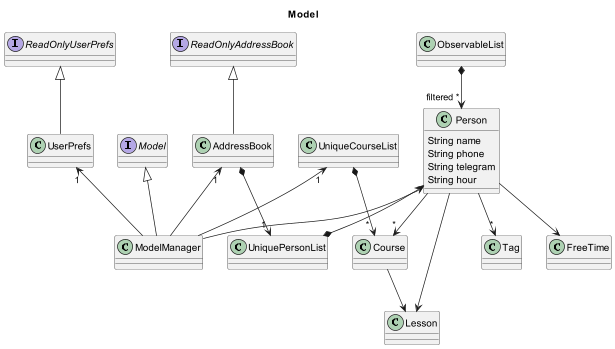
Above: docs/images/ModelClassDiagram.png in nus-cs2103-AY2324S1/tp (PlantUML), before the change.
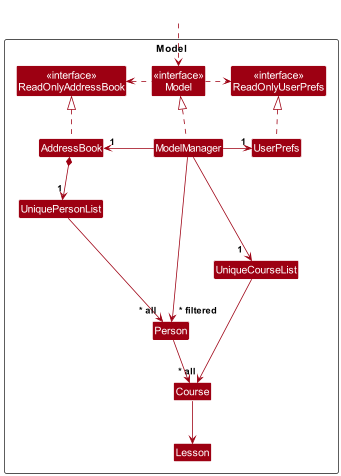
After the commit.

Commit message:
update developer guide with changes to Course

What changed in the source:
```diff
@@ -1,38 +1,49 @@
 @startuml
-title Model
-interface ReadOnlyAddressBook
-interface Model
-interface ReadOnlyUserPrefs
-class AddressBook
-class ModelManager
-class UserPrefs
-class UniquePersonList
-class Person {
-String name
-String phone
-String telegram
-String hour
+!include style.puml
+skinparam arrowThickness 1.1
+skinparam arrowColor MODEL_COLOR
+skinparam classBackgroundColor MODEL_COLOR
+
+Package Model as ModelPackage <<Rectangle>>{
+Class "<<interface>>\nReadOnlyAddressBook" as ReadOnlyAddressBook
+Class "<<interface>>\nReadOnlyUserPrefs" as ReadOnlyUserPrefs
+Class "<<interface>>\nModel" as Model
+Class AddressBook
+Class ModelManager
+Class UserPrefs
+
+Class UniquePersonList
+Class UniqueCourseList
+Class Person
+Class Course
+Class Lesson
+
+Class I #FFFFFF
 }
-class Tag
-class FreeTime
-class Course
-class Lesson
-class UniqueCourseList
-class ObservableList
-ReadOnlyAddressBook <|-down- AddressBook
-Model <|-down- ModelManager
-ReadOnlyUserPrefs <|-down- UserPrefs
-AddressBook "1"<-- ModelManager
-UserPrefs "1"<-- ModelManager
-AddressBook *--> "       1" UniquePersonList
-Person <-* UniquePersonList
-Person <-- ModelManager
-Person --> FreeTime
-Person -->" *" Course
-Person -->"*" Tag
-UniqueCourseList "1"<-- ModelManager
-UniqueCourseList *-->"            *" Course
+
+Class HiddenOutside #FFFFFF
+HiddenOutside ..> Model
+
+AddressBook .up.|> ReadOnlyAddressBook
+
+ModelManager .up.|> Model
+Model .right.> ReadOnlyUserPrefs
+Model .left.> ReadOnlyAddressBook
+ModelManager -left-> "1" AddressBook
+ModelManager -right-> "1" UserPrefs
+ModelManager --> "            1" UniqueCourseList
+UserPrefs .up.|> ReadOnlyUserPrefs
+
+AddressBook *--> "1" UniquePersonList
+UniquePersonList --> "~* all" Person
+UniqueCourseList --> "~* all" Course
+
+Person --> Course
 Course --> Lesson
-Person --> Lesson
-ObservableList *-down->"filtered *" Person
+
+Person -[hidden]up--> I
+UniquePersonList -[hidden]right-> I
+
+
+ModelManager --> "~* filtered" Person
 @enduml
```
